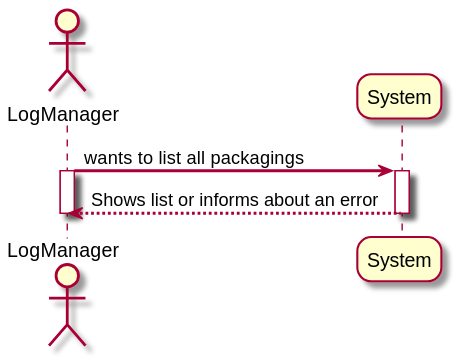
MarianaCLages/LAPR5 keeps this PlantUML diagram as Wiki/FrontEnd_Wiki/UseCases/List Packaging/N1_VP_alt1.svg. Above is the earlier version.
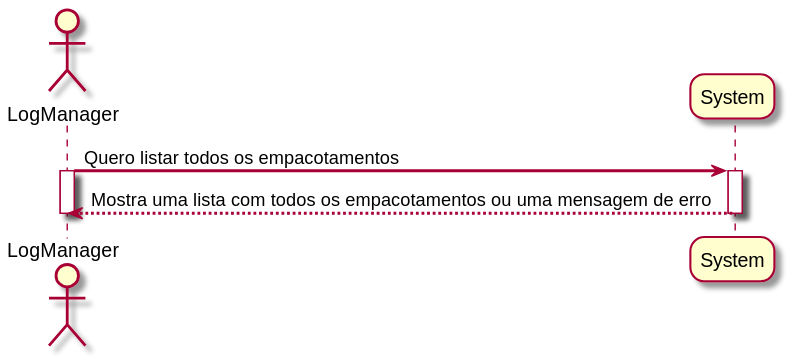
Above is the later version.

Diff of the diagram source:
```diff
@@ -7,10 +7,10 @@
 actor LogManager
 participant System
 
-LogManager -> System : wants to list all packagings
+LogManager -> System : Quero listar todos os empacotamentos
 activate LogManager
 activate System
-System --> LogManager : Shows list or informs about an error
+System --> LogManager : Mostra uma lista com todos os empacotamentos ou uma mensagem de erro
 deactivate LogManager
 deactivate System
 
```
